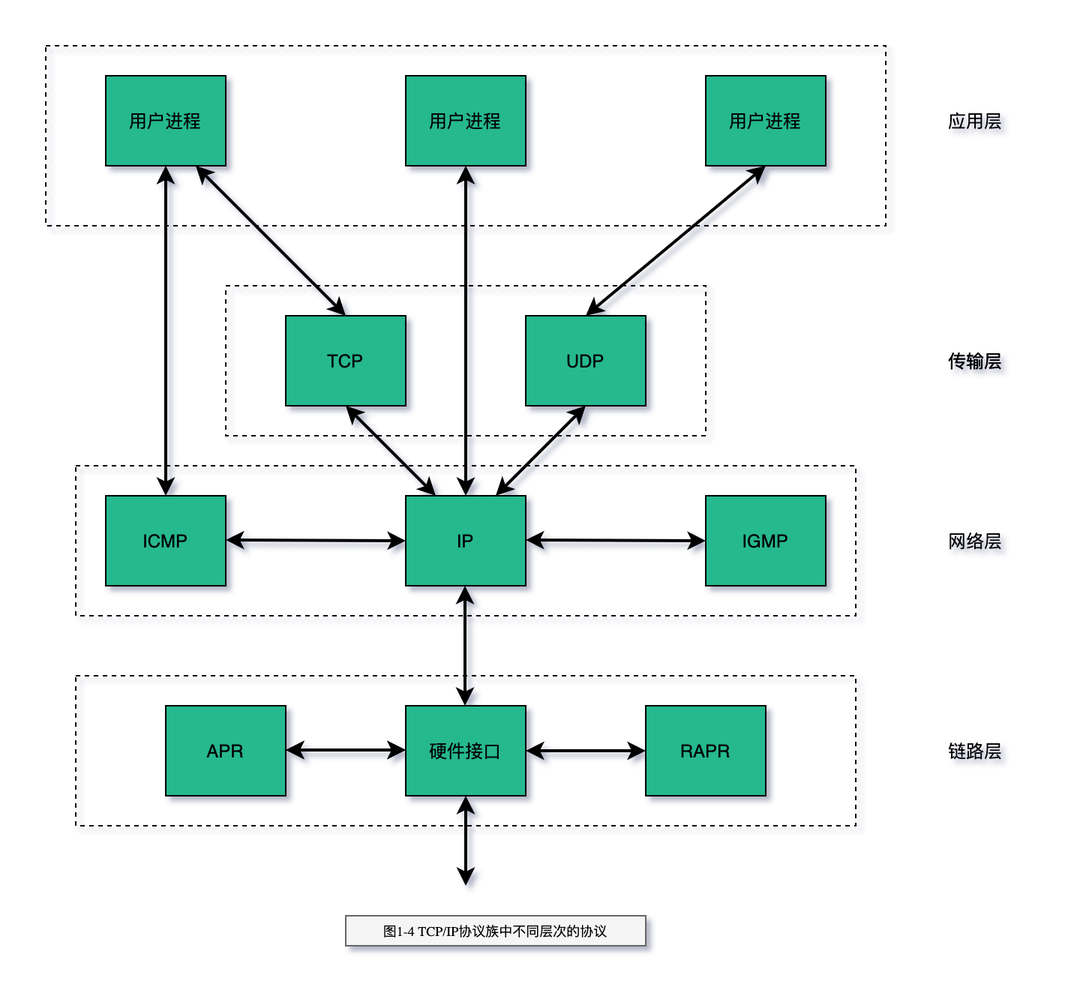
Before: tcp-ip/TCP-IP-详解-卷1/images/TCP-IP-1-4.png, a diagram exported from draw.io (web1992/read). Source tidied: cells renumbered, new cells last; positions are measured from the earlier drawing's top-left corner, leaving out a move shared by most shapes.
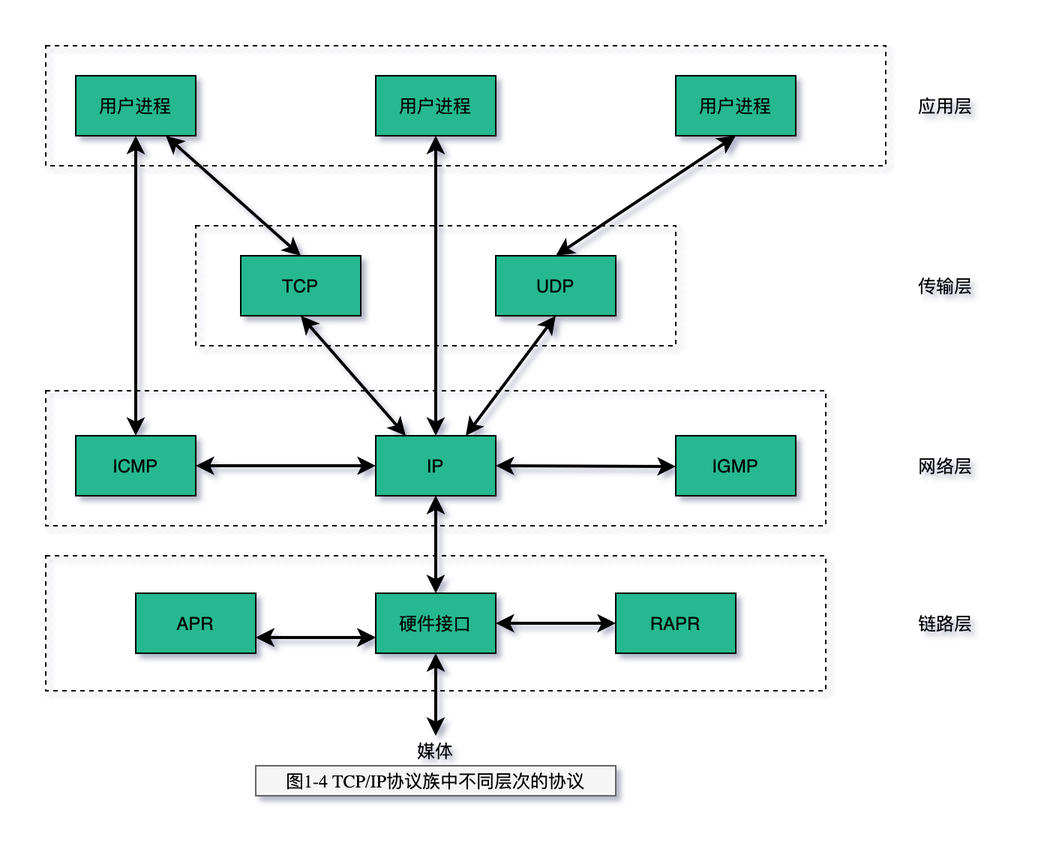
After the commit.

What changed in the source:
```diff
@@ -3,68 +3,70 @@
     <mxCell id="0" />
     <mxCell id="1" parent="0" />
     <mxCell id="2" style="rounded=0;whiteSpace=wrap;html=1;dashed=1;labelBackgroundColor=none;strokeWidth=1;fillColor=none;" parent="1" vertex="1">
-      <mxGeometry x="120" y="160" width="320" height="100" as="geometry" />
+      <mxGeometry x="120" y="160" width="320" height="80" as="geometry" />
     </mxCell>
+    <mxCell id="36" style="edgeStyle=orthogonalEdgeStyle;rounded=0;jettySize=auto;html=1;" parent="1" edge="1" source="3">
+      <mxGeometry relative="1" as="geometry">
+        <mxPoint x="280" y="340" as="targetPoint" />
+      </mxGeometry>
+    </mxCell>
     <mxCell id="3" style="rounded=0;whiteSpace=wrap;html=1;dashed=1;labelBackgroundColor=none;strokeWidth=1;fillColor=none;" parent="1" vertex="1">
-      <mxGeometry x="20" y="420" width="520" height="100" as="geometry" />
+      <mxGeometry x="20" y="380" width="520" height="90" as="geometry" />
     </mxCell>
     <mxCell id="4" style="rounded=0;whiteSpace=wrap;html=1;dashed=1;labelBackgroundColor=none;strokeWidth=1;fillColor=none;" parent="1" vertex="1">
-      <mxGeometry x="20" y="280" width="520" height="100" as="geometry" />
+      <mxGeometry x="20" y="270" width="520" height="90" as="geometry" />
     </mxCell>
     <mxCell id="5" style="rounded=0;whiteSpace=wrap;html=1;dashed=1;labelBackgroundColor=none;strokeWidth=1;fillColor=none;" parent="1" vertex="1">
-      <mxGeometry width="560" height="120" as="geometry" />
+      <mxGeometry x="20" y="40" width="560" height="80" as="geometry" />
     </mxCell>
     <mxCell id="6" value="TCP" style="rounded=0;whiteSpace=wrap;html=1;fillColor=#25B88F;align=center;" parent="1" vertex="1">
-      <mxGeometry x="160" y="180" width="80" height="60" as="geometry" />
+      <mxGeometry x="150" y="180" width="80" height="40" as="geometry" />
     </mxCell>
     <mxCell id="7" value="UDP" style="rounded=0;whiteSpace=wrap;html=1;fillColor=#25B88F;align=center;" parent="1" vertex="1">
-      <mxGeometry x="320" y="180" width="80" height="60" as="geometry" />
+      <mxGeometry x="320" y="180" width="80" height="40" as="geometry" />
     </mxCell>
     <mxCell id="8" value="用户进程" style="rounded=0;whiteSpace=wrap;html=1;fillColor=#25B88F;align=center;" parent="1" vertex="1">
-      <mxGeometry x="40" y="20" width="80" height="60" as="geometry" />
+      <mxGeometry x="40" y="60" width="80" height="40" as="geometry" />
     </mxCell>
     <mxCell id="9" value="用户进程" style="rounded=0;whiteSpace=wrap;html=1;fillColor=#25B88F;align=center;" parent="1" vertex="1">
-      <mxGeometry x="240" y="20" width="80" height="60" as="geometry" />
+      <mxGeometry x="240" y="60" width="80" height="40" as="geometry" />
     </mxCell>
     <mxCell id="10" value="用户进程" style="rounded=0;whiteSpace=wrap;html=1;fillColor=#25B88F;align=center;" parent="1" vertex="1">
-      <mxGeometry x="440" y="20" width="80" height="60" as="geometry" />
+      <mxGeometry x="440" y="60" width="80" height="40" as="geometry" />
     </mxCell>
     <mxCell id="11" value="ICMP" style="rounded=0;whiteSpace=wrap;html=1;fillColor=#25B88F;align=center;" parent="1" vertex="1">
-      <mxGeometry x="40" y="300" width="80" height="60" as="geometry" />
+      <mxGeometry x="40" y="300" width="80" height="40" as="geometry" />
     </mxCell>
     <mxCell id="12" value="IP" style="rounded=0;whiteSpace=wrap;html=1;fillColor=#25B88F;align=center;" parent="1" vertex="1">
-      <mxGeometry x="240" y="300" width="80" height="60" as="geometry" />
+      <mxGeometry x="240" y="300" width="80" height="40" as="geometry" />
     </mxCell>
     <mxCell id="13" value="IGMP" style="rounded=0;whiteSpace=wrap;html=1;fillColor=#25B88F;align=center;" parent="1" vertex="1">
-      <mxGeometry x="440" y="300" width="80" height="60" as="geometry" />
+      <mxGeometry x="440" y="300" width="80" height="40" as="geometry" />
     </mxCell>
     <mxCell id="14" value="APR" style="rounded=0;whiteSpace=wrap;html=1;fillColor=#25B88F;align=center;" parent="1" vertex="1">
-      <mxGeometry x="80" y="440" width="80" height="60" as="geometry" />
+      <mxGeometry x="80" y="405" width="80" height="40" as="geometry" />
     </mxCell>
     <mxCell id="15" value="RAPR" style="rounded=0;whiteSpace=wrap;html=1;fillColor=#25B88F;align=center;" parent="1" vertex="1">
-      <mxGeometry x="400" y="440" width="80" height="60" as="geometry" />
+      <mxGeometry x="400" y="405" width="80" height="40" as="geometry" />
     </mxCell>
     <mxCell id="16" value="硬件接口" style="rounded=0;whiteSpace=wrap;html=1;fillColor=#25B88F;align=center;" parent="1" vertex="1">
-      <mxGeometry x="240" y="440" width="80" height="60" as="geometry" />
+      <mxGeometry x="240" y="405" width="80" height="40" as="geometry" />
     </mxCell>
     <mxCell id="17" value="应用层" style="text;html=1;strokeColor=none;fillColor=none;align=center;verticalAlign=middle;whiteSpace=wrap;rounded=0;dashed=1;labelBackgroundColor=none;fontColor=#000000;" parent="1" vertex="1">
-      <mxGeometry x="600" y="40" width="40" height="20" as="geometry" />
+      <mxGeometry x="600" y="70" width="40" height="20" as="geometry" />
     </mxCell>
     <mxCell id="18" value="传输层" style="text;html=1;strokeColor=none;fillColor=none;align=center;verticalAlign=middle;whiteSpace=wrap;rounded=0;dashed=1;labelBackgroundColor=none;fontColor=#000000;" parent="1" vertex="1">
-      <mxGeometry x="600" y="200" width="40" height="20" as="geometry" />
+      <mxGeometry x="600" y="190" width="40" height="20" as="geometry" />
     </mxCell>
-    <mxCell id="19" value="传输层" style="text;html=1;strokeColor=none;fillColor=none;align=center;verticalAlign=middle;whiteSpace=wrap;rounded=0;dashed=1;labelBackgroundColor=none;fontColor=#000000;" parent="1" vertex="1">
-      <mxGeometry x="600" y="200" width="40" height="20" as="geometry" />
-    </mxCell>
     <mxCell id="20" value="网络层" style="text;html=1;strokeColor=none;fillColor=none;align=center;verticalAlign=middle;whiteSpace=wrap;rounded=0;dashed=1;labelBackgroundColor=none;fontColor=#000000;" parent="1" vertex="1">
-      <mxGeometry x="600" y="320" width="40" height="20" as="geometry" />
+      <mxGeometry x="600" y="310" width="40" height="20" as="geometry" />
     </mxCell>
     <mxCell id="21" value="链路层" style="text;html=1;strokeColor=none;fillColor=none;align=center;verticalAlign=middle;whiteSpace=wrap;rounded=0;dashed=1;labelBackgroundColor=none;fontColor=#000000;" parent="1" vertex="1">
-      <mxGeometry x="600" y="460" width="40" height="20" as="geometry" />
+      <mxGeometry x="600" y="415" width="40" height="20" as="geometry" />
     </mxCell>
     <mxCell id="22" style="endArrow=classic;startArrow=classic;html=1;fontColor=#000000;entryX=0.5;entryY=1;entryDx=0;entryDy=0;strokeWidth=2;" parent="1" edge="1" target="16">
       <mxGeometry relative="1" as="geometry">
-        <mxPoint x="280" y="560" as="sourcePoint" />
+        <mxPoint x="280" y="500" as="sourcePoint" />
       </mxGeometry>
     </mxCell>
     <mxCell id="23" style="endArrow=classic;startArrow=classic;html=1;fontColor=#000000;entryX=0;entryY=0.5;entryDx=0;entryDy=0;strokeWidth=2;exitX=1;exitY=0.5;exitDx=0;exitDy=0;" parent="1" edge="1" source="16" target="15">
@@ -72,31 +74,28 @@
     </mxCell>
     <mxCell id="24" style="endArrow=classic;startArrow=classic;html=1;fontColor=#000000;entryX=0;entryY=0.5;entryDx=0;entryDy=0;strokeWidth=2;exitX=1;exitY=0.5;exitDx=0;exitDy=0;" parent="1" edge="1">
       <mxGeometry relative="1" as="geometry">
-        <mxPoint x="160" y="469.5" as="sourcePoint" />
-        <mxPoint x="240" y="469.5" as="targetPoint" />
+        <mxPoint x="160" y="434.5" as="sourcePoint" />
+        <mxPoint x="240" y="434.5" as="targetPoint" />
       </mxGeometry>
     </mxCell>
-    <mxCell id="25" style="endArrow=classic;startArrow=classic;html=1;fontColor=#000000;entryX=0.5;entryY=1;entryDx=0;entryDy=0;strokeWidth=2;" parent="1" edge="1">
+    <mxCell id="25" style="endArrow=classic;startArrow=classic;html=1;fontColor=#000000;strokeWidth=2;exitX=0.5;exitY=0;exitDx=0;exitDy=0;" parent="1" edge="1" source="16">
       <mxGeometry relative="1" as="geometry">
-        <mxPoint x="279.5" y="440" as="sourcePoint" />
-        <mxPoint x="279.5" y="360" as="targetPoint" />
+        <mxPoint x="280" y="340" as="targetPoint" />
       </mxGeometry>
     </mxCell>
     <mxCell id="26" style="endArrow=classic;startArrow=classic;html=1;fontColor=#000000;entryX=0;entryY=0.5;entryDx=0;entryDy=0;strokeWidth=2;exitX=1;exitY=0.5;exitDx=0;exitDy=0;" parent="1" edge="1">
       <mxGeometry relative="1" as="geometry">
-        <mxPoint x="160" y="469.5" as="sourcePoint" />
-        <mxPoint x="240" y="469.5" as="targetPoint" />
+        <mxPoint x="160" y="434.5" as="sourcePoint" />
+        <mxPoint x="240" y="434.5" as="targetPoint" />
       </mxGeometry>
     </mxCell>
-    <mxCell id="27" style="endArrow=classic;startArrow=classic;html=1;fontColor=#000000;entryX=0;entryY=0.5;entryDx=0;entryDy=0;strokeWidth=2;exitX=1;exitY=0.5;exitDx=0;exitDy=0;" parent="1" edge="1" target="12">
-      <mxGeometry relative="1" as="geometry">
-        <mxPoint x="120" y="329.5" as="sourcePoint" />
-      </mxGeometry>
+    <mxCell id="27" style="endArrow=classic;startArrow=classic;html=1;fontColor=#000000;entryX=0;entryY=0.5;entryDx=0;entryDy=0;strokeWidth=2;exitX=1;exitY=0.5;exitDx=0;exitDy=0;" parent="1" edge="1" source="11" target="12">
+      <mxGeometry relative="1" as="geometry" />
     </mxCell>
     <mxCell id="28" style="endArrow=classic;startArrow=classic;html=1;fontColor=#000000;entryX=0;entryY=0.5;entryDx=0;entryDy=0;strokeWidth=2;exitX=1;exitY=0.5;exitDx=0;exitDy=0;" parent="1" edge="1">
       <mxGeometry relative="1" as="geometry">
-        <mxPoint x="320" y="329.5" as="sourcePoint" />
-        <mxPoint x="440" y="330" as="targetPoint" />
+        <mxPoint x="320" y="320" as="sourcePoint" />
+        <mxPoint x="440" y="320.5" as="targetPoint" />
       </mxGeometry>
     </mxCell>
     <mxCell id="29" style="endArrow=classic;startArrow=classic;html=1;fontColor=#000000;entryX=0.5;entryY=0;entryDx=0;entryDy=0;strokeWidth=2;" parent="1" edge="1" source="9" target="12">
@@ -105,10 +104,8 @@
     <mxCell id="30" style="endArrow=classic;startArrow=classic;html=1;fontColor=#000000;entryX=0.25;entryY=0;entryDx=0;entryDy=0;strokeWidth=2;exitX=0.5;exitY=1;exitDx=0;exitDy=0;" parent="1" edge="1" source="6" target="12">
       <mxGeometry relative="1" as="geometry" />
     </mxCell>
-    <mxCell id="31" style="endArrow=classic;startArrow=classic;html=1;fontColor=#000000;entryX=0.5;entryY=0;entryDx=0;entryDy=0;strokeWidth=2;" parent="1" edge="1" target="6">
-      <mxGeometry relative="1" as="geometry">
-        <mxPoint x="100" y="80" as="sourcePoint" />
-      </mxGeometry>
+    <mxCell id="31" style="endArrow=classic;startArrow=classic;html=1;fontColor=#000000;entryX=0.5;entryY=0;entryDx=0;entryDy=0;strokeWidth=2;exitX=0.75;exitY=1;exitDx=0;exitDy=0;" parent="1" edge="1" source="8" target="6">
+      <mxGeometry relative="1" as="geometry" />
     </mxCell>
     <mxCell id="32" style="endArrow=classic;startArrow=classic;html=1;fontColor=#000000;entryX=0.5;entryY=0;entryDx=0;entryDy=0;strokeWidth=2;exitX=0.5;exitY=1;exitDx=0;exitDy=0;" parent="1" edge="1" source="10" target="7">
       <mxGeometry relative="1" as="geometry" />
@@ -116,13 +113,14 @@
     <mxCell id="33" style="endArrow=classic;startArrow=classic;html=1;fontColor=#000000;entryX=0.75;entryY=0;entryDx=0;entryDy=0;strokeWidth=2;entryPerimeter=0;exitX=0.5;exitY=1;exitDx=0;exitDy=0;" parent="1" edge="1" source="7" target="12">
       <mxGeometry relative="1" as="geometry" />
     </mxCell>
-    <mxCell id="34" style="endArrow=classic;startArrow=classic;html=1;fontColor=#000000;entryX=0.5;entryY=0;entryDx=0;entryDy=0;strokeWidth=2;" parent="1" edge="1" source="8">
-      <mxGeometry relative="1" as="geometry">
-        <mxPoint x="80" y="300" as="targetPoint" />
-      </mxGeometry>
+    <mxCell id="34" style="endArrow=classic;startArrow=classic;html=1;fontColor=#000000;entryX=0.5;entryY=0;entryDx=0;entryDy=0;strokeWidth=2;" parent="1" edge="1" source="8" target="11">
+      <mxGeometry relative="1" as="geometry" />
     </mxCell>
-    <mxCell id="35" value="&lt;p class=&quot;p1&quot; style=&quot;margin: 0px; font-stretch: normal; font-size: 9px; line-height: normal;&quot;&gt;图&lt;span class=&quot;s1&quot; style=&quot;font-stretch: normal ; line-height: normal ; font-family: &amp;quot;times&amp;quot;&quot;&gt;1-4 TCP/IP&lt;/span&gt;协议族中不同层次的协议&lt;/p&gt;" style="text;html=1;strokeColor=#666666;fillColor=#f5f5f5;align=center;verticalAlign=middle;whiteSpace=wrap;rounded=0;labelBackgroundColor=none;" parent="1" vertex="1">
-      <mxGeometry x="200" y="580" width="200" height="20" as="geometry" />
+    <mxCell id="35" value="&lt;p class=&quot;p1&quot; style=&quot;margin: 0px ; font-stretch: normal ; line-height: normal&quot;&gt;图&lt;span class=&quot;s1&quot; style=&quot;font-stretch: normal ; line-height: normal ; font-family: &amp;#34;times&amp;#34;&quot;&gt;1-4 TCP/IP&lt;/span&gt;协议族中不同层次的协议&lt;/p&gt;" style="text;html=1;strokeColor=#666666;fillColor=#f5f5f5;align=center;verticalAlign=middle;whiteSpace=wrap;rounded=0;labelBackgroundColor=none;" parent="1" vertex="1">
+      <mxGeometry x="160" y="520" width="240" height="20" as="geometry" />
     </mxCell>
+    <mxCell id="37" value="媒体" style="text;html=1;strokeColor=none;fillColor=none;align=center;verticalAlign=middle;whiteSpace=wrap;rounded=0;" parent="1" vertex="1">
+      <mxGeometry x="260" y="500" width="40" height="20" as="geometry" />
+    </mxCell>
   </root>
 </mxGraphModel>
```
